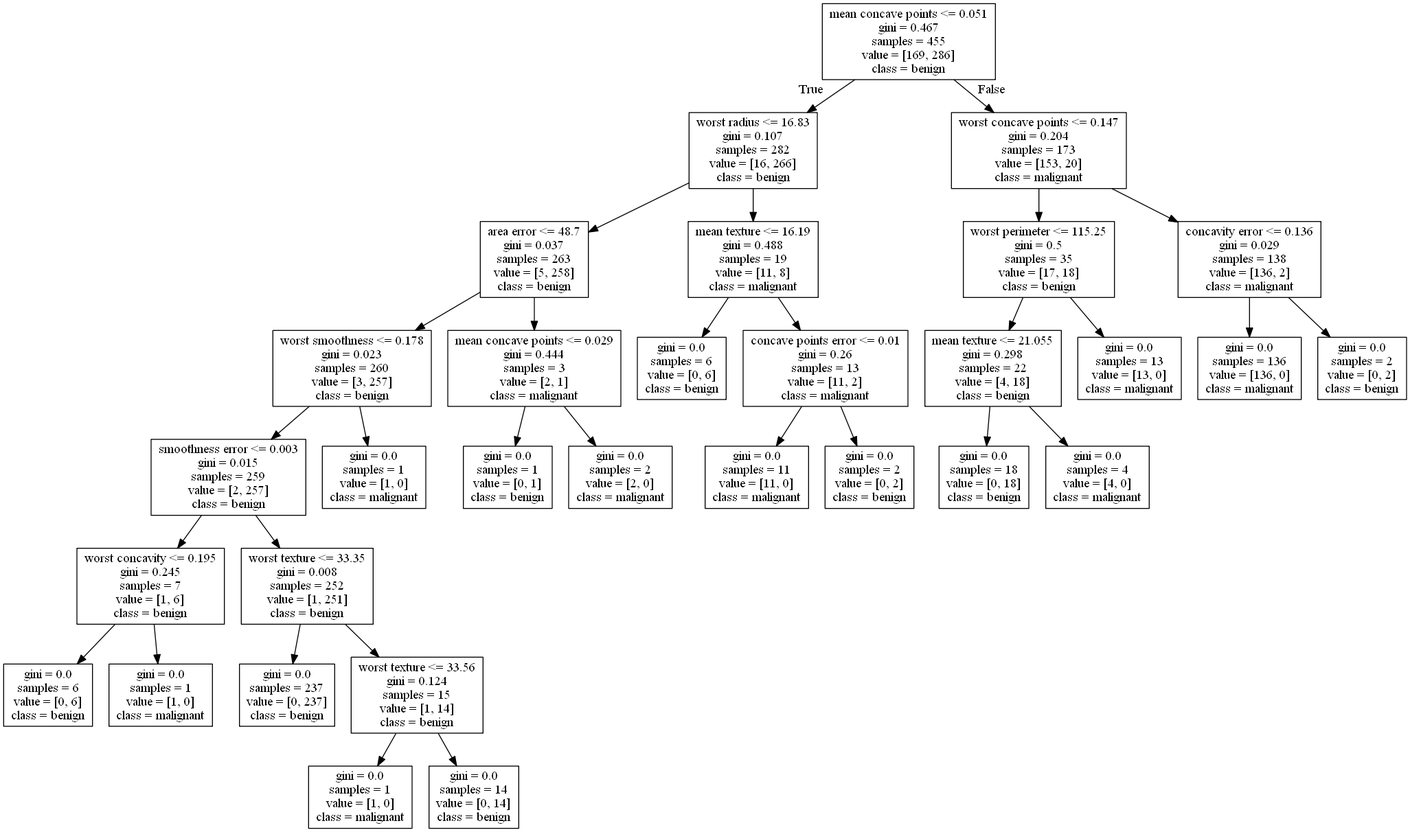
This is P5_AplicacionML/tree.png from DaniMendoza/CTE0156-holamundo, a Graphviz export, as it was before one commit. Its source is kept beside it as P5_AplicacionML/tree.dot. Its diagram source:
```dot
digraph Tree {
node [shape=box] ;
0 [label="mean concave points <= 0.051\ngini = 0.467\nsamples = 455\nvalue = [169, 286]\nclass = benign"] ;
1 [label="worst radius <= 16.83\ngini = 0.107\nsamples = 282\nvalue = [16, 266]\nclass = benign"] ;
0 -> 1 [labeldistance=2.5, labelangle=45, headlabel="True"] ;
2 [label="area error <= 48.7\ngini = 0.037\nsamples = 263\nvalue = [5, 258]\nclass = benign"] ;
1 -> 2 ;
3 [label="worst smoothness <= 0.178\ngini = 0.023\nsamples = 260\nvalue = [3, 257]\nclass = benign"] ;
2 -> 3 ;
4 [label="smoothness error <= 0.003\ngini = 0.015\nsamples = 259\nvalue = [2, 257]\nclass = benign"] ;
3 -> 4 ;
5 [label="worst concavity <= 0.195\ngini = 0.245\nsamples = 7\nvalue = [1, 6]\nclass = benign"] ;
4 -> 5 ;
6 [label="gini = 0.0\nsamples = 6\nvalue = [0, 6]\nclass = benign"] ;
5 -> 6 ;
7 [label="gini = 0.0\nsamples = 1\nvalue = [1, 0]\nclass = malignant"] ;
5 -> 7 ;
8 [label="worst texture <= 33.35\ngini = 0.008\nsamples = 252\nvalue = [1, 251]\nclass = benign"] ;
4 -> 8 ;
9 [label="gini = 0.0\nsamples = 237\nvalue = [0, 237]\nclass = benign"] ;
8 -> 9 ;
10 [label="worst texture <= 33.56\ngini = 0.124\nsamples = 15\nvalue = [1, 14]\nclass = benign"] ;
8 -> 10 ;
11 [label="gini = 0.0\nsamples = 1\nvalue = [1, 0]\nclass = malignant"] ;
10 -> 11 ;
12 [label="gini = 0.0\nsamples = 14\nvalue = [0, 14]\nclass = benign"] ;
10 -> 12 ;
13 [label="gini = 0.0\nsamples = 1\nvalue = [1, 0]\nclass = malignant"] ;
3 -> 13 ;
14 [label="mean concave points <= 0.029\ngini = 0.444\nsamples = 3\nvalue = [2, 1]\nclass = malignant"] ;
2 -> 14 ;
15 [label="gini = 0.0\nsamples = 1\nvalue = [0, 1]\nclass = benign"] ;
14 -> 15 ;
16 [label="gini = 0.0\nsamples = 2\nvalue = [2, 0]\nclass = malignant"] ;
14 -> 16 ;
17 [label="mean texture <= 16.19\ngini = 0.488\nsamples = 19\nvalue = [11, 8]\nclass = malignant"] ;
1 -> 17 ;
18 [label="gini = 0.0\nsamples = 6\nvalue = [0, 6]\nclass = benign"] ;
17 -> 18 ;
19 [label="concave points error <= 0.01\ngini = 0.26\nsamples = 13\nvalue = [11, 2]\nclass = malignant"] ;
17 -> 19 ;
20 [label="gini = 0.0\nsamples = 11\nvalue = [11, 0]\nclass = malignant"] ;
19 -> 20 ;
21 [label="gini = 0.0\nsamples = 2\nvalue = [0, 2]\nclass = benign"] ;
19 -> 21 ;
22 [label="worst concave points <= 0.147\ngini = 0.204\nsamples = 173\nvalue = [153, 20]\nclass = malignant"] ;
0 -> 22 [labeldistance=2.5, labelangle=-45, headlabel="False"] ;
23 [label="worst perimeter <= 115.25\ngini = 0.5\nsamples = 35\nvalue = [17, 18]\nclass = benign"] ;
22 -> 23 ;
24 [label="mean texture <= 21.055\ngini = 0.298\nsamples = 22\nvalue = [4, 18]\nclass = benign"] ;
23 -> 24 ;
25 [label="gini = 0.0\nsamples = 18\nvalue = [0, 18]\nclass = benign"] ;
24 -> 25 ;
26 [label="gini = 0.0\nsamples = 4\nvalue = [4, 0]\nclass = malignant"] ;
24 -> 26 ;
27 [label="gini = 0.0\nsamples = 13\nvalue = [13, 0]\nclass = malignant"] ;
23 -> 27 ;
28 [label="concavity error <= 0.136\ngini = 0.029\nsamples = 138\nvalue = [136, 2]\nclass = malignant"] ;
22 -> 28 ;
29 [label="gini = 0.0\nsamples = 136\nvalue = [136, 0]\nclass = malignant"] ;
28 -> 29 ;
30 [label="gini = 0.0\nsamples = 2\nvalue = [0, 2]\nclass = benign"] ;
28 -> 30 ;
}
```
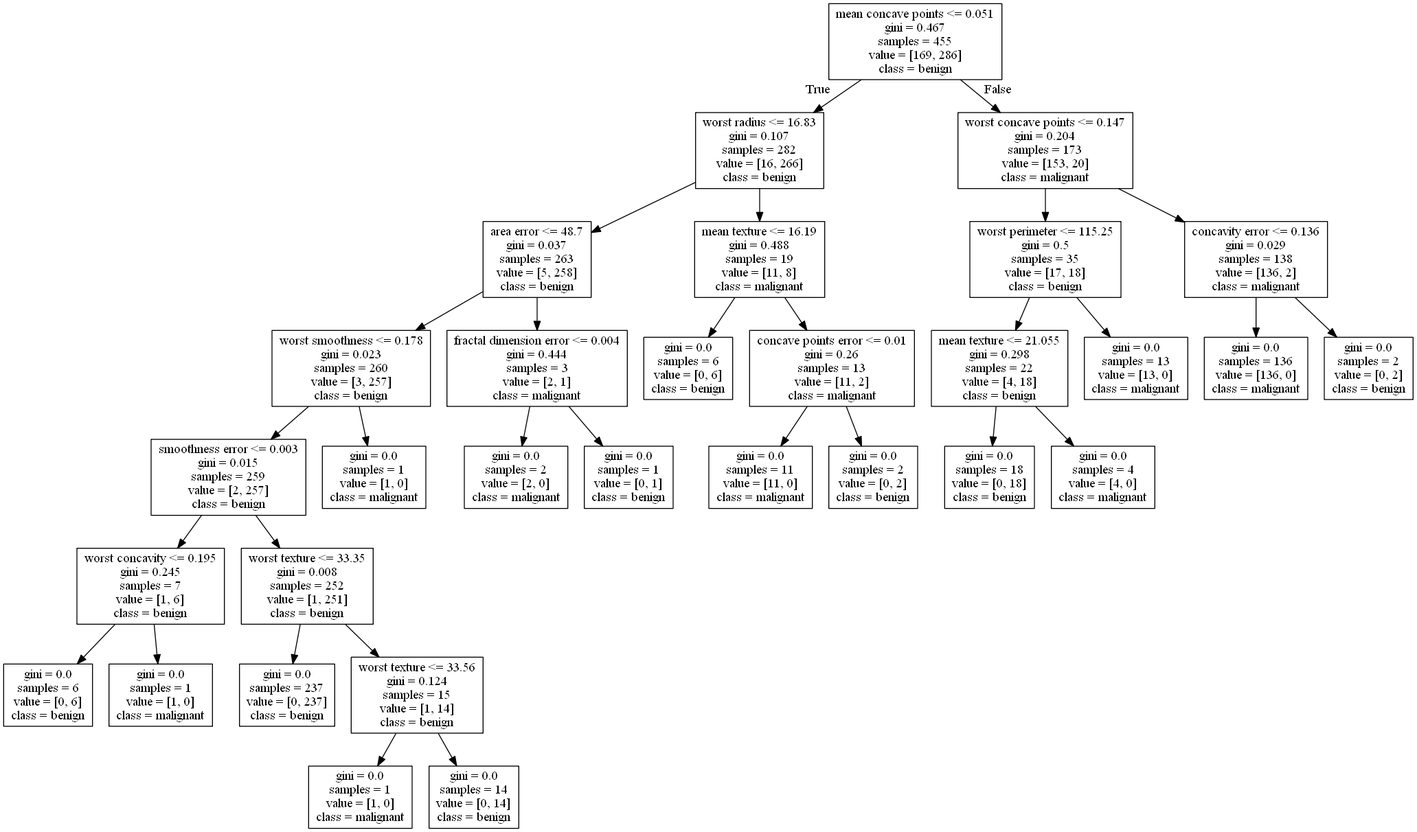
After the change.

Change to the diagram source:
```diff
@@ -27,11 +27,11 @@
 10 -> 12 ;
 13 [label="gini = 0.0\nsamples = 1\nvalue = [1, 0]\nclass = malignant"] ;
 3 -> 13 ;
-14 [label="mean concave points <= 0.029\ngini = 0.444\nsamples = 3\nvalue = [2, 1]\nclass = malignant"] ;
+14 [label="fractal dimension error <= 0.004\ngini = 0.444\nsamples = 3\nvalue = [2, 1]\nclass = malignant"] ;
 2 -> 14 ;
-15 [label="gini = 0.0\nsamples = 1\nvalue = [0, 1]\nclass = benign"] ;
+15 [label="gini = 0.0\nsamples = 2\nvalue = [2, 0]\nclass = malignant"] ;
 14 -> 15 ;
-16 [label="gini = 0.0\nsamples = 2\nvalue = [2, 0]\nclass = malignant"] ;
+16 [label="gini = 0.0\nsamples = 1\nvalue = [0, 1]\nclass = benign"] ;
 14 -> 16 ;
 17 [label="mean texture <= 16.19\ngini = 0.488\nsamples = 19\nvalue = [11, 8]\nclass = malignant"] ;
 1 -> 17 ;
```
